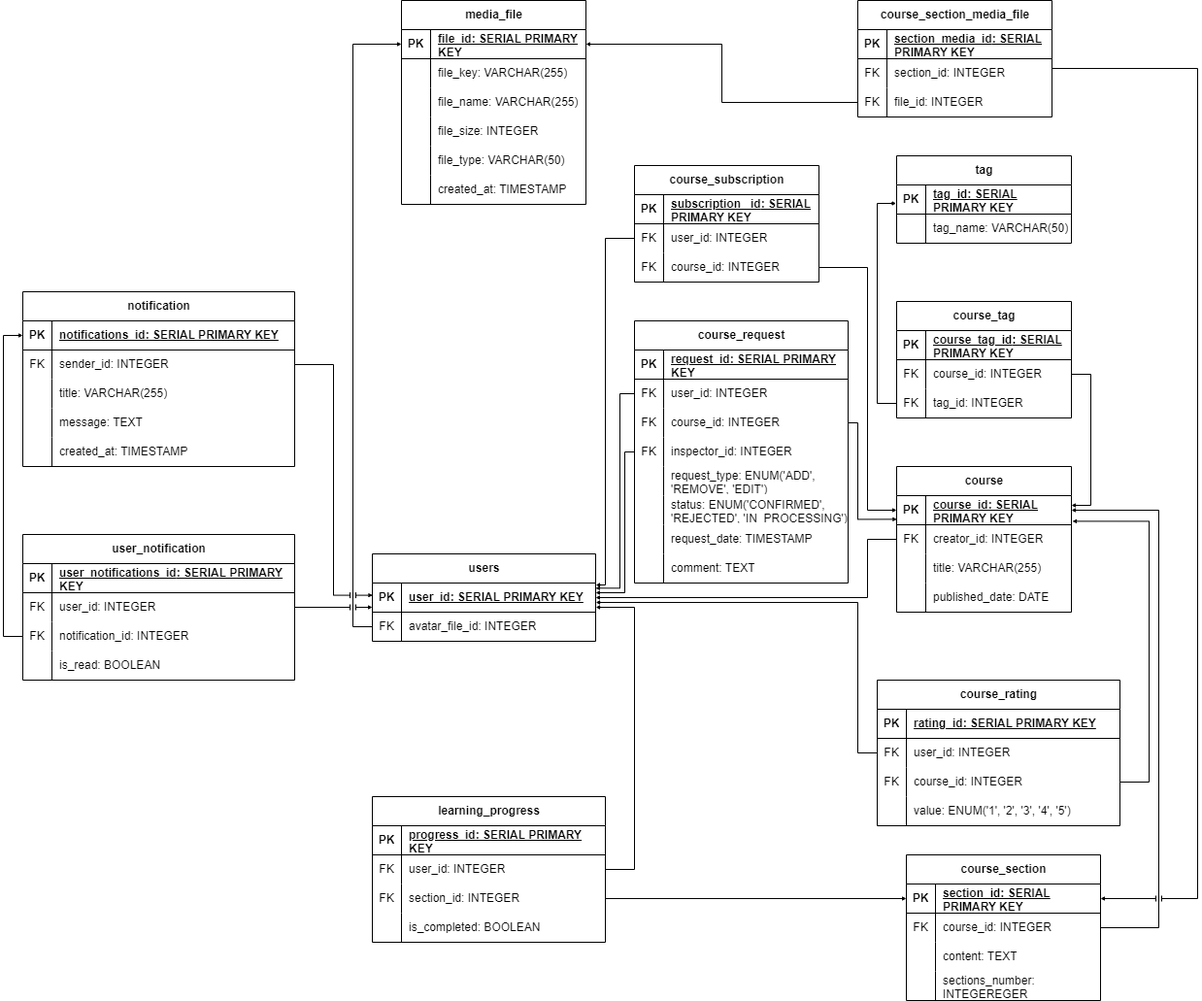
This is diagrams/Физическая модель базы данных (Physical database model)/Физическая модель БД.png from sahland/9.5-Team, a draw.io export, as it was before one commit. Source tidied: cells renumbered, new cells last; positions are measured from the earlier drawing's top-left corner, leaving out a move shared by most shapes.
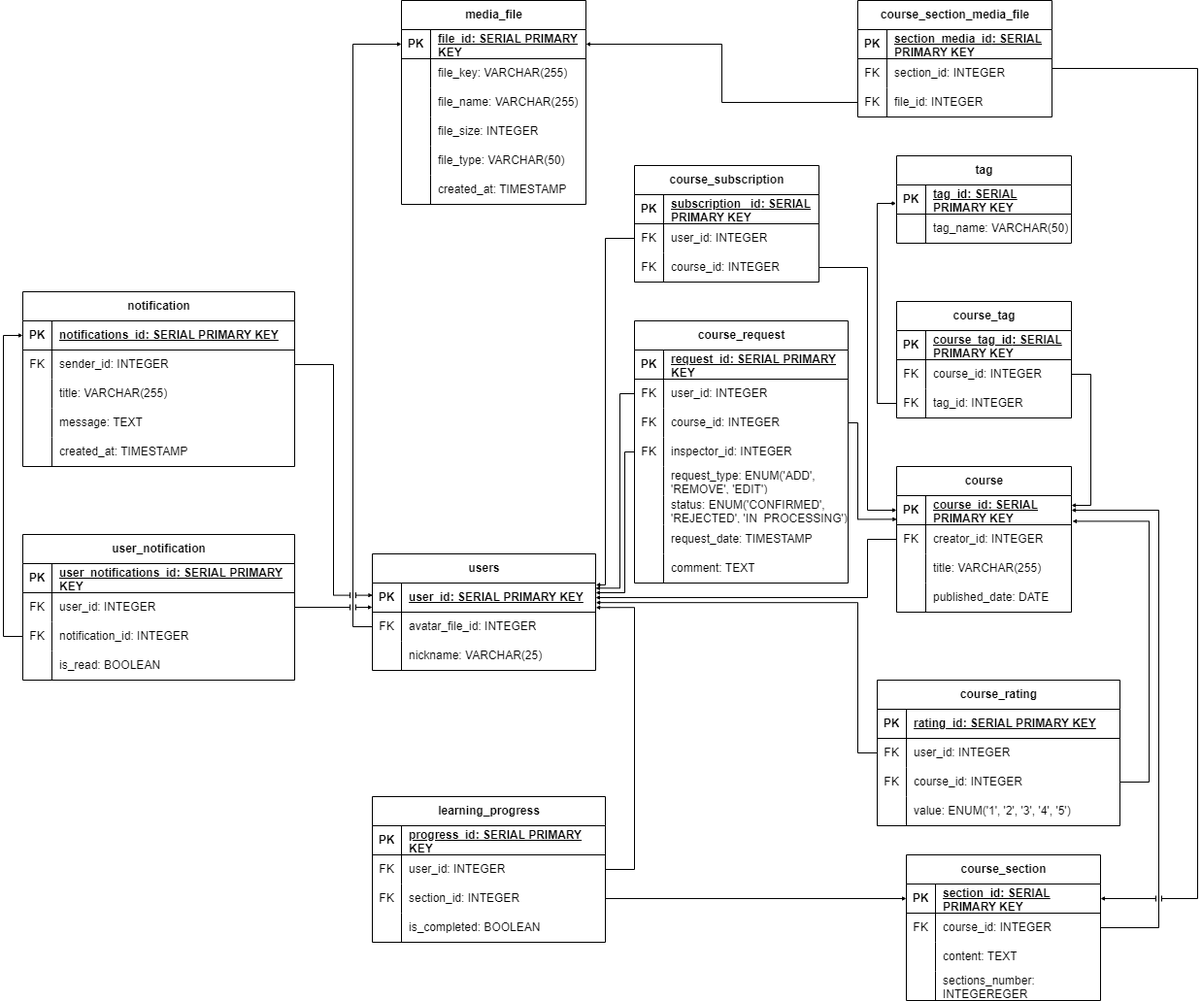
Above is the later version.

What changed in the source:
```diff
@@ -3,7 +3,7 @@
     <mxCell id="0" />
     <mxCell id="1" parent="0" />
     <mxCell id="2" value="users" style="shape=table;startSize=30;rowLines=0;fontStyle=1;align=center;html=1;" parent="1" vertex="1">
-      <mxGeometry x="360" y="570" width="230" height="90" as="geometry" />
+      <mxGeometry x="360" y="570" width="230" height="120" as="geometry" />
     </mxCell>
     <mxCell id="3" style="shape=tableRow;horizontal=0;startSize=0;swimlaneHead=0;swimlaneBody=0;fillColor=none;points=[[0,0.5],[1,0.5]];portConstraint=eastwest;top=0;left=0;right=0;bottom=1;" parent="2" vertex="1">
       <mxGeometry y="30" width="230" height="30" as="geometry" />
@@ -23,6 +23,15 @@
     <mxCell id="8" value="avatar_file_id: INTEGER" style="shape=partialRectangle;fillColor=none;top=0;left=0;bottom=0;right=0;align=left;spacingLeft=6;overflow=hidden;whiteSpace=wrap;html=1;" parent="6" vertex="1">
       <mxGeometry x="30" width="200" height="30" as="geometry" />
     </mxCell>
+    <mxCell id="190" style="shape=tableRow;horizontal=0;startSize=0;swimlaneHead=0;swimlaneBody=0;fillColor=none;top=0;left=0;right=0;bottom=0;" parent="2" vertex="1">
+      <mxGeometry y="90" width="230" height="30" as="geometry" />
+    </mxCell>
+    <mxCell id="191" style="shape=partialRectangle;fillColor=none;top=0;left=0;bottom=0;right=0;overflow=hidden;whiteSpace=wrap;html=1;" parent="190" vertex="1">
+      <mxGeometry width="30" height="30" as="geometry" />
+    </mxCell>
+    <mxCell id="192" value="nickname: VARCHAR(25)" style="shape=partialRectangle;fillColor=none;top=0;left=0;bottom=0;right=0;align=left;spacingLeft=6;overflow=hidden;whiteSpace=wrap;html=1;" parent="190" vertex="1">
+      <mxGeometry x="30" width="200" height="30" as="geometry" />
+    </mxCell>
     <mxCell id="9" value="course" style="shape=table;startSize=30;rowLines=0;fontStyle=1;align=center;html=1;" parent="1" vertex="1">
       <mxGeometry x="900" y="480" width="180" height="150" as="geometry" />
     </mxCell>
```
